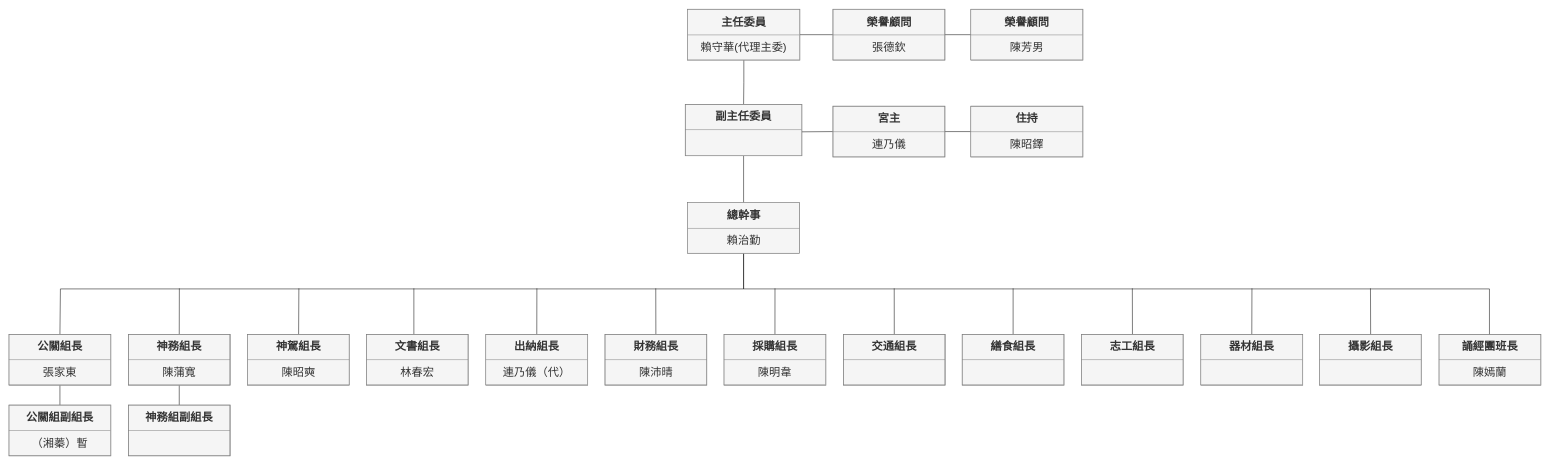
Earlier version of the draw.io diagram Untitled Diagram.drawio (hahalin/ASPNETClass). Source tidied: cells renumbered, new cells numbered last; positions are measured from the earlier drawing's top-left corner, leaving out a move shared by most shapes. Both pictures are drawn from the tidied source at 51%, with x=0, y=0 at pixel (9, 9).
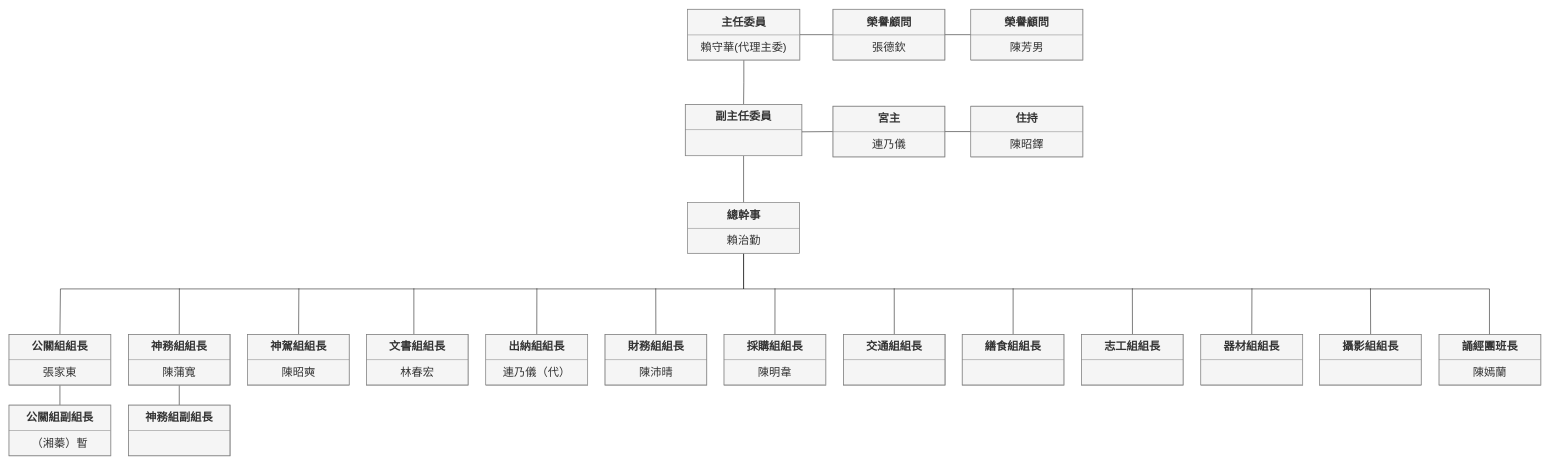
The same page after the edit.

The edit, as a diff of the source:
```diff
@@
-    <mxCell id="16" value="&lt;table border=&quot;1&quot; width=&quot;100%&quot; cellpadding=&quot;4&quot; style=&quot;width: 100%; height: 100%; border-collapse: collapse; font-size: 22px;&quot;&gt;&lt;tbody style=&quot;font-size: 22px;&quot;&gt;&lt;tr style=&quot;font-size: 22px;&quot;&gt;&lt;th align=&quot;center&quot; style=&quot;font-size: 22px;&quot;&gt;&lt;font style=&quot;font-size: 22px&quot;&gt;神務組長&lt;/font&gt;&lt;/th&gt;&lt;/tr&gt;&lt;tr style=&quot;font-size: 22px;&quot;&gt;&lt;td align=&quot;center&quot; style=&quot;font-size: 22px;&quot;&gt;陳蒲寬&lt;br style=&quot;font-size: 22px;&quot;&gt;&lt;/td&gt;&lt;/tr&gt;&lt;/tbody&gt;&lt;/table&gt;&lt;br style=&quot;font-size: 22px;&quot;&gt;" style="text;html=1;overflow=fill;rounded=0;fillColor=#f5f5f5;strokeColor=#666666;fontColor=#333333;flipH=1;fontSize=22;" parent="1" vertex="1">
+    <mxCell id="16" value="&lt;table border=&quot;1&quot; width=&quot;100%&quot; cellpadding=&quot;4&quot; style=&quot;width: 100% ; height: 100% ; border-collapse: collapse ; font-size: 22px&quot;&gt;&lt;tbody style=&quot;font-size: 22px&quot;&gt;&lt;tr style=&quot;font-size: 22px&quot;&gt;&lt;th align=&quot;center&quot; style=&quot;font-size: 22px&quot;&gt;&lt;font style=&quot;font-size: 22px&quot;&gt;神務組組長&lt;br&gt;&lt;/font&gt;&lt;/th&gt;&lt;/tr&gt;&lt;tr style=&quot;font-size: 22px&quot;&gt;&lt;td align=&quot;center&quot; style=&quot;font-size: 22px&quot;&gt;陳蒲寬&lt;br style=&quot;font-size: 22px&quot;&gt;&lt;/td&gt;&lt;/tr&gt;&lt;/tbody&gt;&lt;/table&gt;&lt;br style=&quot;font-size: 22px&quot;&gt;" style="text;html=1;overflow=fill;rounded=0;fillColor=#f5f5f5;strokeColor=#666666;fontColor=#333333;flipH=1;fontSize=22;" parent="1" vertex="1">
       <mxGeometry x="234" y="638" width="200" height="100" as="geometry" />
     </mxCell>
@@
-    <mxCell id="18" value="&lt;table border=&quot;1&quot; width=&quot;100%&quot; cellpadding=&quot;4&quot; style=&quot;width: 100%; height: 100%; border-collapse: collapse; font-size: 22px;&quot;&gt;&lt;tbody style=&quot;font-size: 22px;&quot;&gt;&lt;tr style=&quot;font-size: 22px;&quot;&gt;&lt;th align=&quot;center&quot; style=&quot;font-size: 22px&quot;&gt;&lt;span style=&quot;font-size: 22px;&quot;&gt;神駕組長&lt;/span&gt;&lt;/th&gt;&lt;/tr&gt;&lt;tr style=&quot;font-size: 22px;&quot;&gt;&lt;td align=&quot;center&quot; style=&quot;font-size: 22px;&quot;&gt;陳昭奭&lt;br style=&quot;font-size: 22px;&quot;&gt;&lt;/td&gt;&lt;/tr&gt;&lt;/tbody&gt;&lt;/table&gt;&lt;br style=&quot;font-size: 22px;&quot;&gt;" style="text;html=1;overflow=fill;rounded=0;fillColor=#f5f5f5;strokeColor=#666666;fontColor=#333333;flipH=1;fontSize=22;" parent="1" vertex="1">
+    <mxCell id="18" value="&lt;table border=&quot;1&quot; width=&quot;100%&quot; cellpadding=&quot;4&quot; style=&quot;width: 100% ; height: 100% ; border-collapse: collapse ; font-size: 22px&quot;&gt;&lt;tbody style=&quot;font-size: 22px&quot;&gt;&lt;tr style=&quot;font-size: 22px&quot;&gt;&lt;th align=&quot;center&quot; style=&quot;font-size: 22px&quot;&gt;&lt;span&gt;神駕組&lt;/span&gt;組長&lt;span&gt;&lt;br&gt;&lt;/span&gt;&lt;/th&gt;&lt;/tr&gt;&lt;tr style=&quot;font-size: 22px&quot;&gt;&lt;td align=&quot;center&quot; style=&quot;font-size: 22px&quot;&gt;陳昭奭&lt;br style=&quot;font-size: 22px&quot;&gt;&lt;/td&gt;&lt;/tr&gt;&lt;/tbody&gt;&lt;/table&gt;&lt;br style=&quot;font-size: 22px&quot;&gt;" style="text;html=1;overflow=fill;rounded=0;fillColor=#f5f5f5;strokeColor=#666666;fontColor=#333333;flipH=1;fontSize=22;" parent="1" vertex="1">
       <mxGeometry x="468" y="638" width="200" height="100" as="geometry" />
     </mxCell>
@@
-    <mxCell id="20" value="&lt;table border=&quot;1&quot; width=&quot;100%&quot; cellpadding=&quot;4&quot; style=&quot;width: 100%; height: 100%; border-collapse: collapse; font-size: 22px;&quot;&gt;&lt;tbody style=&quot;font-size: 22px;&quot;&gt;&lt;tr style=&quot;font-size: 22px;&quot;&gt;&lt;th align=&quot;center&quot; style=&quot;font-size: 22px;&quot;&gt;&lt;font style=&quot;font-size: 22px&quot;&gt;文書組長&lt;/font&gt;&lt;/th&gt;&lt;/tr&gt;&lt;tr style=&quot;font-size: 22px;&quot;&gt;&lt;td align=&quot;center&quot; style=&quot;font-size: 22px;&quot;&gt;林春宏&lt;br style=&quot;font-size: 22px;&quot;&gt;&lt;/td&gt;&lt;/tr&gt;&lt;/tbody&gt;&lt;/table&gt;&lt;br style=&quot;font-size: 22px;&quot;&gt;" style="text;html=1;overflow=fill;rounded=0;fillColor=#f5f5f5;strokeColor=#666666;fontColor=#333333;flipH=1;fontSize=22;" parent="1" vertex="1">
+    <mxCell id="20" value="&lt;table border=&quot;1&quot; width=&quot;100%&quot; cellpadding=&quot;4&quot; style=&quot;width: 100% ; height: 100% ; border-collapse: collapse ; font-size: 22px&quot;&gt;&lt;tbody style=&quot;font-size: 22px&quot;&gt;&lt;tr style=&quot;font-size: 22px&quot;&gt;&lt;th align=&quot;center&quot; style=&quot;font-size: 22px&quot;&gt;&lt;font style=&quot;font-size: 22px&quot;&gt;文書組組長&lt;br&gt;&lt;/font&gt;&lt;/th&gt;&lt;/tr&gt;&lt;tr style=&quot;font-size: 22px&quot;&gt;&lt;td align=&quot;center&quot; style=&quot;font-size: 22px&quot;&gt;林春宏&lt;br style=&quot;font-size: 22px&quot;&gt;&lt;/td&gt;&lt;/tr&gt;&lt;/tbody&gt;&lt;/table&gt;&lt;br style=&quot;font-size: 22px&quot;&gt;" style="text;html=1;overflow=fill;rounded=0;fillColor=#f5f5f5;strokeColor=#666666;fontColor=#333333;flipH=1;fontSize=22;" parent="1" vertex="1">
       <mxGeometry x="701" y="638" width="200" height="100" as="geometry" />
     </mxCell>
@@
-    <mxCell id="22" value="&lt;table border=&quot;1&quot; width=&quot;100%&quot; cellpadding=&quot;4&quot; style=&quot;width: 100%; height: 100%; border-collapse: collapse; font-size: 22px;&quot;&gt;&lt;tbody style=&quot;font-size: 22px;&quot;&gt;&lt;tr style=&quot;font-size: 22px;&quot;&gt;&lt;th align=&quot;center&quot; style=&quot;font-size: 22px;&quot;&gt;&lt;font style=&quot;font-size: 22px&quot;&gt;出納組長&lt;/font&gt;&lt;/th&gt;&lt;/tr&gt;&lt;tr style=&quot;font-size: 22px;&quot;&gt;&lt;td align=&quot;center&quot; style=&quot;font-size: 22px;&quot;&gt;連乃儀（代）&lt;br style=&quot;font-size: 22px;&quot;&gt;&lt;/td&gt;&lt;/tr&gt;&lt;/tbody&gt;&lt;/table&gt;&lt;br style=&quot;font-size: 22px;&quot;&gt;" style="text;html=1;overflow=fill;rounded=0;fillColor=#f5f5f5;strokeColor=#666666;fontColor=#333333;flipH=1;fontSize=22;" parent="1" vertex="1">
+    <mxCell id="22" value="&lt;table border=&quot;1&quot; width=&quot;100%&quot; cellpadding=&quot;4&quot; style=&quot;width: 100% ; height: 100% ; border-collapse: collapse ; font-size: 22px&quot;&gt;&lt;tbody style=&quot;font-size: 22px&quot;&gt;&lt;tr style=&quot;font-size: 22px&quot;&gt;&lt;th align=&quot;center&quot; style=&quot;font-size: 22px&quot;&gt;&lt;font style=&quot;font-size: 22px&quot;&gt;出納組組長&lt;br&gt;&lt;/font&gt;&lt;/th&gt;&lt;/tr&gt;&lt;tr style=&quot;font-size: 22px&quot;&gt;&lt;td align=&quot;center&quot; style=&quot;font-size: 22px&quot;&gt;連乃儀（代）&lt;br style=&quot;font-size: 22px&quot;&gt;&lt;/td&gt;&lt;/tr&gt;&lt;/tbody&gt;&lt;/table&gt;&lt;br style=&quot;font-size: 22px&quot;&gt;" style="text;html=1;overflow=fill;rounded=0;fillColor=#f5f5f5;strokeColor=#666666;fontColor=#333333;flipH=1;fontSize=22;" parent="1" vertex="1">
       <mxGeometry x="935" y="638" width="200" height="100" as="geometry" />
     </mxCell>
@@
-    <mxCell id="24" value="&lt;table border=&quot;1&quot; width=&quot;100%&quot; cellpadding=&quot;4&quot; style=&quot;width: 100% ; height: 100% ; border-collapse: collapse ; font-size: 22px&quot;&gt;&lt;tbody style=&quot;font-size: 22px;&quot;&gt;&lt;tr style=&quot;font-size: 22px;&quot;&gt;&lt;th align=&quot;center&quot; style=&quot;font-size: 22px;&quot;&gt;&lt;span style=&quot;font-size: 22px;&quot;&gt;財務組長&lt;/span&gt;&lt;/th&gt;&lt;/tr&gt;&lt;tr style=&quot;font-size: 22px;&quot;&gt;&lt;td align=&quot;center&quot; style=&quot;font-size: 22px;&quot;&gt;陳沛晴&lt;br style=&quot;font-size: 22px;&quot;&gt;&lt;/td&gt;&lt;/tr&gt;&lt;/tbody&gt;&lt;/table&gt;&lt;br style=&quot;font-size: 22px;&quot;&gt;" style="text;html=1;overflow=fill;rounded=0;fillColor=#f5f5f5;strokeColor=#666666;fontColor=#333333;flipH=1;fontSize=22;" parent="1" vertex="1">
+    <mxCell id="24" value="&lt;table border=&quot;1&quot; width=&quot;100%&quot; cellpadding=&quot;4&quot; style=&quot;width: 100% ; height: 100% ; border-collapse: collapse ; font-size: 22px&quot;&gt;&lt;tbody style=&quot;font-size: 22px&quot;&gt;&lt;tr style=&quot;font-size: 22px&quot;&gt;&lt;th align=&quot;center&quot; style=&quot;font-size: 22px&quot;&gt;&lt;span&gt;財務&lt;/span&gt;組組長&lt;span&gt;&lt;br&gt;&lt;/span&gt;&lt;/th&gt;&lt;/tr&gt;&lt;tr style=&quot;font-size: 22px&quot;&gt;&lt;td align=&quot;center&quot; style=&quot;font-size: 22px&quot;&gt;陳沛晴&lt;br style=&quot;font-size: 22px&quot;&gt;&lt;/td&gt;&lt;/tr&gt;&lt;/tbody&gt;&lt;/table&gt;&lt;br style=&quot;font-size: 22px&quot;&gt;" style="text;html=1;overflow=fill;rounded=0;fillColor=#f5f5f5;strokeColor=#666666;fontColor=#333333;flipH=1;fontSize=22;" parent="1" vertex="1">
       <mxGeometry x="1168.5" y="638" width="200" height="100" as="geometry" />
     </mxCell>
@@
-    <mxCell id="26" value="&lt;table border=&quot;1&quot; width=&quot;100%&quot; cellpadding=&quot;4&quot; style=&quot;width: 100%; height: 100%; border-collapse: collapse; font-size: 22px;&quot;&gt;&lt;tbody style=&quot;font-size: 22px;&quot;&gt;&lt;tr style=&quot;font-size: 22px;&quot;&gt;&lt;th align=&quot;center&quot; style=&quot;font-size: 22px;&quot;&gt;&lt;font style=&quot;font-size: 22px&quot;&gt;採購組長&lt;/font&gt;&lt;/th&gt;&lt;/tr&gt;&lt;tr style=&quot;font-size: 22px;&quot;&gt;&lt;td align=&quot;center&quot; style=&quot;font-size: 22px;&quot;&gt;陳明韋&lt;br style=&quot;font-size: 22px;&quot;&gt;&lt;/td&gt;&lt;/tr&gt;&lt;/tbody&gt;&lt;/table&gt;&lt;br style=&quot;font-size: 22px;&quot;&gt;" style="text;html=1;overflow=fill;rounded=0;fillColor=#f5f5f5;strokeColor=#666666;fontColor=#333333;flipH=1;fontSize=22;" parent="1" vertex="1">
+    <mxCell id="26" value="&lt;table border=&quot;1&quot; width=&quot;100%&quot; cellpadding=&quot;4&quot; style=&quot;width: 100% ; height: 100% ; border-collapse: collapse ; font-size: 22px&quot;&gt;&lt;tbody style=&quot;font-size: 22px&quot;&gt;&lt;tr style=&quot;font-size: 22px&quot;&gt;&lt;th align=&quot;center&quot; style=&quot;font-size: 22px&quot;&gt;&lt;font style=&quot;font-size: 22px&quot;&gt;採購組組長&lt;br&gt;&lt;/font&gt;&lt;/th&gt;&lt;/tr&gt;&lt;tr style=&quot;font-size: 22px&quot;&gt;&lt;td align=&quot;center&quot; style=&quot;font-size: 22px&quot;&gt;陳明韋&lt;br style=&quot;font-size: 22px&quot;&gt;&lt;/td&gt;&lt;/tr&gt;&lt;/tbody&gt;&lt;/table&gt;&lt;br style=&quot;font-size: 22px&quot;&gt;" style="text;html=1;overflow=fill;rounded=0;fillColor=#f5f5f5;strokeColor=#666666;fontColor=#333333;flipH=1;fontSize=22;" parent="1" vertex="1">
       <mxGeometry x="1402" y="638" width="200" height="100" as="geometry" />
     </mxCell>
@@
-    <mxCell id="28" value="&lt;table border=&quot;1&quot; width=&quot;100%&quot; cellpadding=&quot;4&quot; style=&quot;width: 100%; height: 100%; border-collapse: collapse; font-size: 22px;&quot;&gt;&lt;tbody style=&quot;font-size: 22px;&quot;&gt;&lt;tr style=&quot;font-size: 22px;&quot;&gt;&lt;th align=&quot;center&quot; style=&quot;font-size: 22px;&quot;&gt;&lt;font style=&quot;font-size: 22px&quot;&gt;繕食組長&lt;/font&gt;&lt;/th&gt;&lt;/tr&gt;&lt;tr style=&quot;font-size: 22px;&quot;&gt;&lt;td align=&quot;center&quot; style=&quot;font-size: 22px;&quot;&gt;&lt;br style=&quot;font-size: 22px;&quot;&gt;&lt;/td&gt;&lt;/tr&gt;&lt;/tbody&gt;&lt;/table&gt;&lt;br style=&quot;font-size: 22px;&quot;&gt;" style="text;html=1;overflow=fill;rounded=0;fillColor=#f5f5f5;strokeColor=#666666;fontColor=#333333;flipH=1;fontSize=22;" parent="1" vertex="1">
+    <mxCell id="28" value="&lt;table border=&quot;1&quot; width=&quot;100%&quot; cellpadding=&quot;4&quot; style=&quot;width: 100% ; height: 100% ; border-collapse: collapse ; font-size: 22px&quot;&gt;&lt;tbody style=&quot;font-size: 22px&quot;&gt;&lt;tr style=&quot;font-size: 22px&quot;&gt;&lt;th align=&quot;center&quot; style=&quot;font-size: 22px&quot;&gt;&lt;font style=&quot;font-size: 22px&quot;&gt;繕食組組長&lt;br&gt;&lt;/font&gt;&lt;/th&gt;&lt;/tr&gt;&lt;tr style=&quot;font-size: 22px&quot;&gt;&lt;td align=&quot;center&quot; style=&quot;font-size: 22px&quot;&gt;&lt;br style=&quot;font-size: 22px&quot;&gt;&lt;/td&gt;&lt;/tr&gt;&lt;/tbody&gt;&lt;/table&gt;&lt;br style=&quot;font-size: 22px&quot;&gt;" style="text;html=1;overflow=fill;rounded=0;fillColor=#f5f5f5;strokeColor=#666666;fontColor=#333333;flipH=1;fontSize=22;" parent="1" vertex="1">
       <mxGeometry x="1869" y="638" width="200" height="100" as="geometry" />
     </mxCell>
@@
-    <mxCell id="30" value="&lt;table border=&quot;1&quot; width=&quot;100%&quot; cellpadding=&quot;4&quot; style=&quot;width: 100%; height: 100%; border-collapse: collapse; font-size: 22px;&quot;&gt;&lt;tbody style=&quot;font-size: 22px;&quot;&gt;&lt;tr style=&quot;font-size: 22px;&quot;&gt;&lt;th align=&quot;center&quot; style=&quot;font-size: 22px;&quot;&gt;&lt;font style=&quot;font-size: 22px&quot;&gt;器材組長&lt;/font&gt;&lt;/th&gt;&lt;/tr&gt;&lt;tr style=&quot;font-size: 22px;&quot;&gt;&lt;td align=&quot;center&quot; style=&quot;font-size: 22px;&quot;&gt;&lt;br style=&quot;font-size: 22px;&quot;&gt;&lt;/td&gt;&lt;/tr&gt;&lt;/tbody&gt;&lt;/table&gt;&lt;br style=&quot;font-size: 22px;&quot;&gt;" style="text;html=1;overflow=fill;rounded=0;fillColor=#f5f5f5;strokeColor=#666666;fontColor=#333333;flipH=1;fontSize=22;" parent="1" vertex="1">
+    <mxCell id="30" value="&lt;table border=&quot;1&quot; width=&quot;100%&quot; cellpadding=&quot;4&quot; style=&quot;width: 100% ; height: 100% ; border-collapse: collapse ; font-size: 22px&quot;&gt;&lt;tbody style=&quot;font-size: 22px&quot;&gt;&lt;tr style=&quot;font-size: 22px&quot;&gt;&lt;th align=&quot;center&quot; style=&quot;font-size: 22px&quot;&gt;&lt;font style=&quot;font-size: 22px&quot;&gt;器材組組長&lt;br&gt;&lt;/font&gt;&lt;/th&gt;&lt;/tr&gt;&lt;tr style=&quot;font-size: 22px&quot;&gt;&lt;td align=&quot;center&quot; style=&quot;font-size: 22px&quot;&gt;&lt;br style=&quot;font-size: 22px&quot;&gt;&lt;/td&gt;&lt;/tr&gt;&lt;/tbody&gt;&lt;/table&gt;&lt;br style=&quot;font-size: 22px&quot;&gt;" style="text;html=1;overflow=fill;rounded=0;fillColor=#f5f5f5;strokeColor=#666666;fontColor=#333333;flipH=1;fontSize=22;" parent="1" vertex="1">
       <mxGeometry x="2337" y="638" width="200" height="100" as="geometry" />
     </mxCell>
@@
-    <mxCell id="32" value="&lt;table border=&quot;1&quot; width=&quot;100%&quot; cellpadding=&quot;4&quot; style=&quot;width: 100%; height: 100%; border-collapse: collapse; font-size: 22px;&quot;&gt;&lt;tbody style=&quot;font-size: 22px;&quot;&gt;&lt;tr style=&quot;font-size: 22px;&quot;&gt;&lt;th align=&quot;center&quot; style=&quot;font-size: 22px;&quot;&gt;&lt;font style=&quot;font-size: 22px&quot;&gt;攝影組長&lt;/font&gt;&lt;/th&gt;&lt;/tr&gt;&lt;tr style=&quot;font-size: 22px;&quot;&gt;&lt;td align=&quot;center&quot; style=&quot;font-size: 22px;&quot;&gt;&lt;br style=&quot;font-size: 22px;&quot;&gt;&lt;/td&gt;&lt;/tr&gt;&lt;/tbody&gt;&lt;/table&gt;&lt;br style=&quot;font-size: 22px;&quot;&gt;" style="text;html=1;overflow=fill;rounded=0;fillColor=#f5f5f5;strokeColor=#666666;fontColor=#333333;flipH=1;fontSize=22;" parent="1" vertex="1">
+    <mxCell id="32" value="&lt;table border=&quot;1&quot; width=&quot;100%&quot; cellpadding=&quot;4&quot; style=&quot;width: 100% ; height: 100% ; border-collapse: collapse ; font-size: 22px&quot;&gt;&lt;tbody style=&quot;font-size: 22px&quot;&gt;&lt;tr style=&quot;font-size: 22px&quot;&gt;&lt;th align=&quot;center&quot; style=&quot;font-size: 22px&quot;&gt;&lt;font style=&quot;font-size: 22px&quot;&gt;攝影組組長&lt;br&gt;&lt;/font&gt;&lt;/th&gt;&lt;/tr&gt;&lt;tr style=&quot;font-size: 22px&quot;&gt;&lt;td align=&quot;center&quot; style=&quot;font-size: 22px&quot;&gt;&lt;br style=&quot;font-size: 22px&quot;&gt;&lt;/td&gt;&lt;/tr&gt;&lt;/tbody&gt;&lt;/table&gt;&lt;br style=&quot;font-size: 22px&quot;&gt;" style="text;html=1;overflow=fill;rounded=0;fillColor=#f5f5f5;strokeColor=#666666;fontColor=#333333;flipH=1;fontSize=22;" parent="1" vertex="1">
       <mxGeometry x="2570" y="638" width="200" height="100" as="geometry" />
     </mxCell>
@@
-    <mxCell id="38" value="&lt;table border=&quot;1&quot; width=&quot;100%&quot; cellpadding=&quot;4&quot; style=&quot;width: 100%; height: 100%; border-collapse: collapse; font-size: 22px;&quot;&gt;&lt;tbody style=&quot;font-size: 22px;&quot;&gt;&lt;tr style=&quot;font-size: 22px;&quot;&gt;&lt;th align=&quot;center&quot; style=&quot;font-size: 22px;&quot;&gt;&lt;font style=&quot;font-size: 22px&quot;&gt;志工組長&lt;/font&gt;&lt;/th&gt;&lt;/tr&gt;&lt;tr style=&quot;font-size: 22px;&quot;&gt;&lt;td align=&quot;center&quot; style=&quot;font-size: 22px;&quot;&gt;&lt;br style=&quot;font-size: 22px;&quot;&gt;&lt;/td&gt;&lt;/tr&gt;&lt;/tbody&gt;&lt;/table&gt;&lt;br style=&quot;font-size: 22px;&quot;&gt;" style="text;html=1;overflow=fill;rounded=0;fillColor=#f5f5f5;strokeColor=#666666;fontColor=#333333;flipH=1;fontSize=22;" parent="1" vertex="1">
+    <mxCell id="38" value="&lt;table border=&quot;1&quot; width=&quot;100%&quot; cellpadding=&quot;4&quot; style=&quot;width: 100% ; height: 100% ; border-collapse: collapse ; font-size: 22px&quot;&gt;&lt;tbody style=&quot;font-size: 22px&quot;&gt;&lt;tr style=&quot;font-size: 22px&quot;&gt;&lt;th align=&quot;center&quot; style=&quot;font-size: 22px&quot;&gt;&lt;font style=&quot;font-size: 22px&quot;&gt;志工組組長&lt;br&gt;&lt;/font&gt;&lt;/th&gt;&lt;/tr&gt;&lt;tr style=&quot;font-size: 22px&quot;&gt;&lt;td align=&quot;center&quot; style=&quot;font-size: 22px&quot;&gt;&lt;br style=&quot;font-size: 22px&quot;&gt;&lt;/td&gt;&lt;/tr&gt;&lt;/tbody&gt;&lt;/table&gt;&lt;br style=&quot;font-size: 22px&quot;&gt;" style="text;html=1;overflow=fill;rounded=0;fillColor=#f5f5f5;strokeColor=#666666;fontColor=#333333;flipH=1;fontSize=22;" parent="1" vertex="1">
       <mxGeometry x="2103" y="638" width="200" height="100" as="geometry" />
     </mxCell>
@@
-    <mxCell id="40" value="&lt;table border=&quot;1&quot; width=&quot;100%&quot; cellpadding=&quot;4&quot; style=&quot;width: 100%; height: 100%; border-collapse: collapse; font-size: 22px;&quot;&gt;&lt;tbody style=&quot;font-size: 22px;&quot;&gt;&lt;tr style=&quot;font-size: 22px;&quot;&gt;&lt;th align=&quot;center&quot; style=&quot;font-size: 22px;&quot;&gt;&lt;font style=&quot;font-size: 22px&quot;&gt;交通組長&lt;/font&gt;&lt;/th&gt;&lt;/tr&gt;&lt;tr style=&quot;font-size: 22px;&quot;&gt;&lt;td align=&quot;center&quot; style=&quot;font-size: 22px;&quot;&gt;&lt;br style=&quot;font-size: 22px;&quot;&gt;&lt;/td&gt;&lt;/tr&gt;&lt;/tbody&gt;&lt;/table&gt;&lt;br style=&quot;font-size: 22px;&quot;&gt;" style="text;html=1;overflow=fill;rounded=0;fillColor=#f5f5f5;strokeColor=#666666;fontColor=#333333;flipH=1;fontSize=22;" parent="1" vertex="1">
+    <mxCell id="40" value="&lt;table border=&quot;1&quot; width=&quot;100%&quot; cellpadding=&quot;4&quot; style=&quot;width: 100% ; height: 100% ; border-collapse: collapse ; font-size: 22px&quot;&gt;&lt;tbody style=&quot;font-size: 22px&quot;&gt;&lt;tr style=&quot;font-size: 22px&quot;&gt;&lt;th align=&quot;center&quot; style=&quot;font-size: 22px&quot;&gt;&lt;font style=&quot;font-size: 22px&quot;&gt;交通組組長&lt;br&gt;&lt;/font&gt;&lt;/th&gt;&lt;/tr&gt;&lt;tr style=&quot;font-size: 22px&quot;&gt;&lt;td align=&quot;center&quot; style=&quot;font-size: 22px&quot;&gt;&lt;br style=&quot;font-size: 22px&quot;&gt;&lt;/td&gt;&lt;/tr&gt;&lt;/tbody&gt;&lt;/table&gt;&lt;br style=&quot;font-size: 22px&quot;&gt;" style="text;html=1;overflow=fill;rounded=0;fillColor=#f5f5f5;strokeColor=#666666;fontColor=#333333;flipH=1;fontSize=22;" parent="1" vertex="1">
       <mxGeometry x="1636" y="638" width="200" height="100" as="geometry" />
     </mxCell>
@@
-    <mxCell id="43" value="&lt;table border=&quot;1&quot; width=&quot;100%&quot; cellpadding=&quot;4&quot; style=&quot;width: 100% ; height: 100% ; border-collapse: collapse ; font-size: 22px&quot;&gt;&lt;tbody style=&quot;font-size: 22px&quot;&gt;&lt;tr style=&quot;font-size: 22px&quot;&gt;&lt;th align=&quot;center&quot; style=&quot;font-size: 22px&quot;&gt;&lt;font style=&quot;font-size: 22px&quot;&gt;公關組長&lt;/font&gt;&lt;/th&gt;&lt;/tr&gt;&lt;tr style=&quot;font-size: 22px&quot;&gt;&lt;td align=&quot;center&quot; style=&quot;font-size: 22px&quot;&gt;張家東&lt;br style=&quot;font-size: 22px&quot;&gt;&lt;/td&gt;&lt;/tr&gt;&lt;/tbody&gt;&lt;/table&gt;&lt;br style=&quot;font-size: 22px&quot;&gt;" style="text;html=1;overflow=fill;rounded=0;fillColor=#f5f5f5;strokeColor=#666666;fontColor=#333333;flipH=1;fontSize=22;" parent="1" vertex="1">
+    <mxCell id="43" value="&lt;table border=&quot;1&quot; width=&quot;100%&quot; cellpadding=&quot;4&quot; style=&quot;width: 100% ; height: 100% ; border-collapse: collapse ; font-size: 22px&quot;&gt;&lt;tbody style=&quot;font-size: 22px&quot;&gt;&lt;tr style=&quot;font-size: 22px&quot;&gt;&lt;th align=&quot;center&quot; style=&quot;font-size: 22px&quot;&gt;&lt;font style=&quot;font-size: 22px&quot;&gt;公關組組長&lt;br&gt;&lt;/font&gt;&lt;/th&gt;&lt;/tr&gt;&lt;tr style=&quot;font-size: 22px&quot;&gt;&lt;td align=&quot;center&quot; style=&quot;font-size: 22px&quot;&gt;張家東&lt;br style=&quot;font-size: 22px&quot;&gt;&lt;/td&gt;&lt;/tr&gt;&lt;/tbody&gt;&lt;/table&gt;&lt;br style=&quot;font-size: 22px&quot;&gt;" style="text;html=1;overflow=fill;rounded=0;fillColor=#f5f5f5;strokeColor=#666666;fontColor=#333333;flipH=1;fontSize=22;" parent="1" vertex="1">
       <mxGeometry y="638" width="200" height="100" as="geometry" />
     </mxCell>
```
